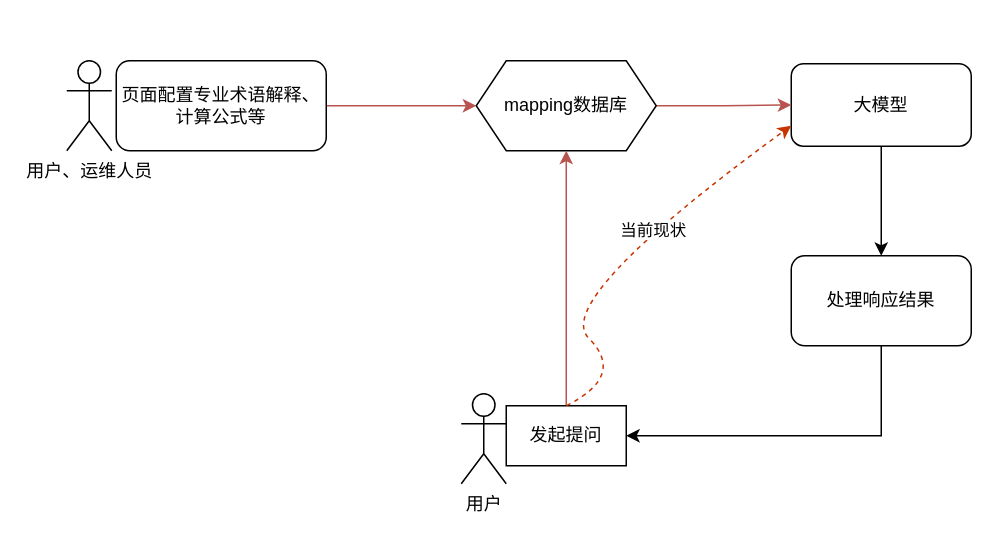
This is 基于mapping表对问题优化.drawio from 15973217290/my_rep01, a draw.io file, before an edit. Source tidied: cells renumbered, new cells numbered last; positions are measured from the earlier drawing's top-left corner, leaving out a move shared by most shapes. Both pictures are drawn from the tidied source at 150%, with x=0, y=0 at pixel (66, 60).
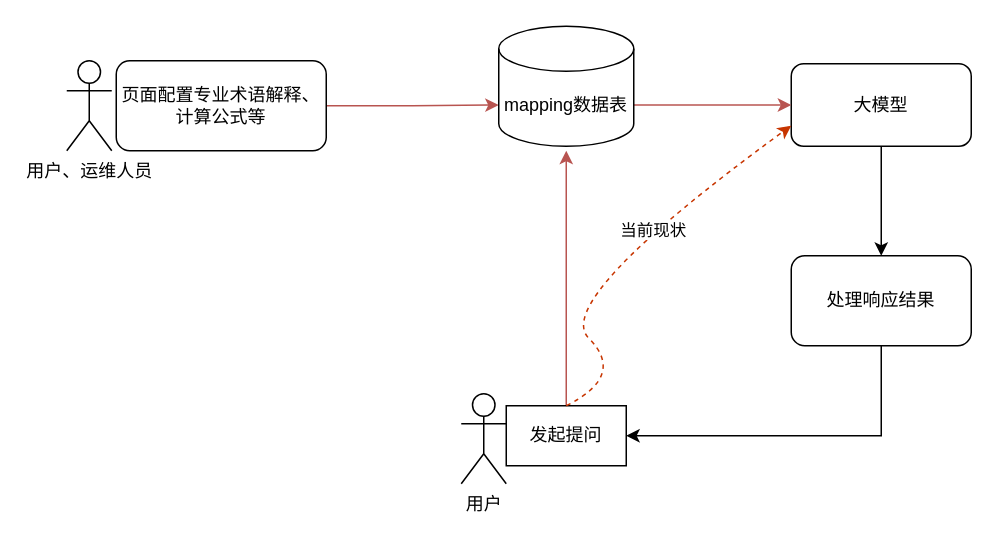
The same page after the edit.

Commit message (it also covers changes not shown here):
更新基于mapping表对问题优化.drawio

The edit, as a diff of the source:
```diff
@@
 <mxGraphModel>
   <root>
     <mxCell id="0" />
     <mxCell id="1" parent="0" />
-    <mxCell id="2" style="edgeStyle=orthogonalEdgeStyle;rounded=0;jettySize=auto;html=1;exitX=1;exitY=0.5;exitDx=0;exitDy=0;entryX=0;entryY=0.5;entryDx=0;entryDy=0;fillColor=#f8cecc;strokeColor=#b85450;" parent="1" edge="1" source="3" target="8">
+    <mxCell id="2" style="edgeStyle=orthogonalEdgeStyle;rounded=0;jettySize=auto;html=1;exitX=1;exitY=0.5;exitDx=0;exitDy=0;entryX=0;entryY=0;entryDx=0;entryDy=52.5;fillColor=#f8cecc;strokeColor=#b85450;entryPerimeter=0;" parent="1" edge="1" source="3" target="16">
       <mxGeometry relative="1" as="geometry" />
     </mxCell>
     <mxCell id="3" value="页面配置专业术语解释、计算公式等" style="rounded=1;whiteSpace=wrap;html=1;fontSize=12;glass=0;strokeWidth=1;shadow=0;" parent="1" vertex="1">
       <mxGeometry x="33" width="140" height="60" as="geometry" />
     </mxCell>
     <mxCell id="4" style="edgeStyle=orthogonalEdgeStyle;rounded=0;jettySize=auto;html=1;exitX=0.5;exitY=1;exitDx=0;exitDy=0;entryX=0.5;entryY=0;entryDx=0;entryDy=0;" parent="1" edge="1" source="5" target="13">
       <mxGeometry relative="1" as="geometry" />
     </mxCell>
     <mxCell id="5" value="大模型" style="rounded=1;whiteSpace=wrap;html=1;fontSize=12;glass=0;strokeWidth=1;shadow=0;" parent="1" vertex="1">
       <mxGeometry x="483" y="2" width="120" height="55" as="geometry" />
     </mxCell>
     <mxCell id="6" value="用户、运维人员" style="shape=umlActor;verticalLabelPosition=bottom;verticalAlign=top;html=1;" parent="1" vertex="1">
       <mxGeometry width="30" height="60" as="geometry" />
     </mxCell>
-    <mxCell id="7" style="edgeStyle=orthogonalEdgeStyle;rounded=0;jettySize=auto;html=1;exitX=1;exitY=0.5;exitDx=0;exitDy=0;entryX=0;entryY=0.5;entryDx=0;entryDy=0;fillColor=#f8cecc;strokeColor=#b85450;" parent="1" edge="1" source="8" target="5">
+    <mxCell id="7" style="edgeStyle=orthogonalEdgeStyle;rounded=0;jettySize=auto;html=1;exitX=1;exitY=0;exitDx=0;exitDy=52.5;entryX=0;entryY=0.5;entryDx=0;entryDy=0;fillColor=#f8cecc;strokeColor=#b85450;exitPerimeter=0;" parent="1" edge="1" source="16" target="5">
       <mxGeometry relative="1" as="geometry" />
     </mxCell>
-    <mxCell id="8" value="mapping数据库" style="shape=hexagon;perimeter=hexagonPerimeter2;whiteSpace=wrap;html=1;fixedSize=1;" parent="1" vertex="1">
-      <mxGeometry x="273" width="120" height="60" as="geometry" />
-    </mxCell>
     <mxCell id="9" value="用户" style="shape=umlActor;verticalLabelPosition=bottom;verticalAlign=top;html=1;" parent="1" vertex="1">
       <mxGeometry x="263" y="222" width="30" height="60" as="geometry" />
     </mxCell>
-    <mxCell id="10" style="edgeStyle=orthogonalEdgeStyle;rounded=0;jettySize=auto;html=1;exitX=0.5;exitY=0;exitDx=0;exitDy=0;entryX=0.5;entryY=1;entryDx=0;entryDy=0;fillColor=#f8cecc;strokeColor=#b85450;" parent="1" edge="1" source="11" target="8">
-      <mxGeometry relative="1" as="geometry" />
+    <mxCell id="10" style="edgeStyle=orthogonalEdgeStyle;rounded=0;jettySize=auto;html=1;exitX=0.5;exitY=0;exitDx=0;exitDy=0;entryX=0.5;entryY=1;entryDx=0;entryDy=0;fillColor=#f8cecc;strokeColor=#b85450;" parent="1" edge="1" source="11">
+      <mxGeometry relative="1" as="geometry">
+        <mxPoint x="333" y="60" as="targetPoint" />
+      </mxGeometry>
     </mxCell>
     <mxCell id="11" value="发起提问" style="rounded=1;whiteSpace=wrap;html=1;fontSize=12;glass=0;strokeWidth=1;shadow=0;arcSize=0;" parent="1" vertex="1">
       <mxGeometry x="293" y="230" width="80" height="40" as="geometry" />
     </mxCell>
     <mxCell id="12" style="edgeStyle=orthogonalEdgeStyle;rounded=0;jettySize=auto;html=1;exitX=0.5;exitY=1;exitDx=0;exitDy=0;entryX=1;entryY=0.5;entryDx=0;entryDy=0;" parent="1" edge="1" source="13" target="11">
       <mxGeometry relative="1" as="geometry" />
     </mxCell>
     <mxCell id="13" value="处理响应结果" style="rounded=1;whiteSpace=wrap;html=1;" parent="1" vertex="1">
       <mxGeometry x="483" y="130" width="120" height="60" as="geometry" />
     </mxCell>
     <mxCell id="14" style="curved=1;endArrow=classic;html=1;rounded=0;entryX=0;entryY=0.75;entryDx=0;entryDy=0;dashed=1;fillColor=#fa6800;strokeColor=#C73500;" parent="1" edge="1" target="5">
       <mxGeometry relative="1" as="geometry">
         <mxPoint x="333" y="230" as="sourcePoint" />
         <Array as="points">
           <mxPoint x="373" y="210" />
           <mxPoint x="323" y="160" />
         </Array>
       </mxGeometry>
     </mxCell>
     <mxCell id="15" value="当前现状" style="edgeLabel;html=1;align=center;verticalAlign=middle;" parent="14" vertex="1">
       <mxGeometry x="0.26" y="-1" relative="1" as="geometry" />
     </mxCell>
+    <mxCell id="16" value="mapping数据表" style="shape=cylinder3;whiteSpace=wrap;html=1;boundedLbl=1;backgroundOutline=1;size=15;" parent="1" vertex="1">
+      <mxGeometry x="288" y="-23" width="90" height="80" as="geometry" />
+    </mxCell>
   </root>
 </mxGraphModel>
```
